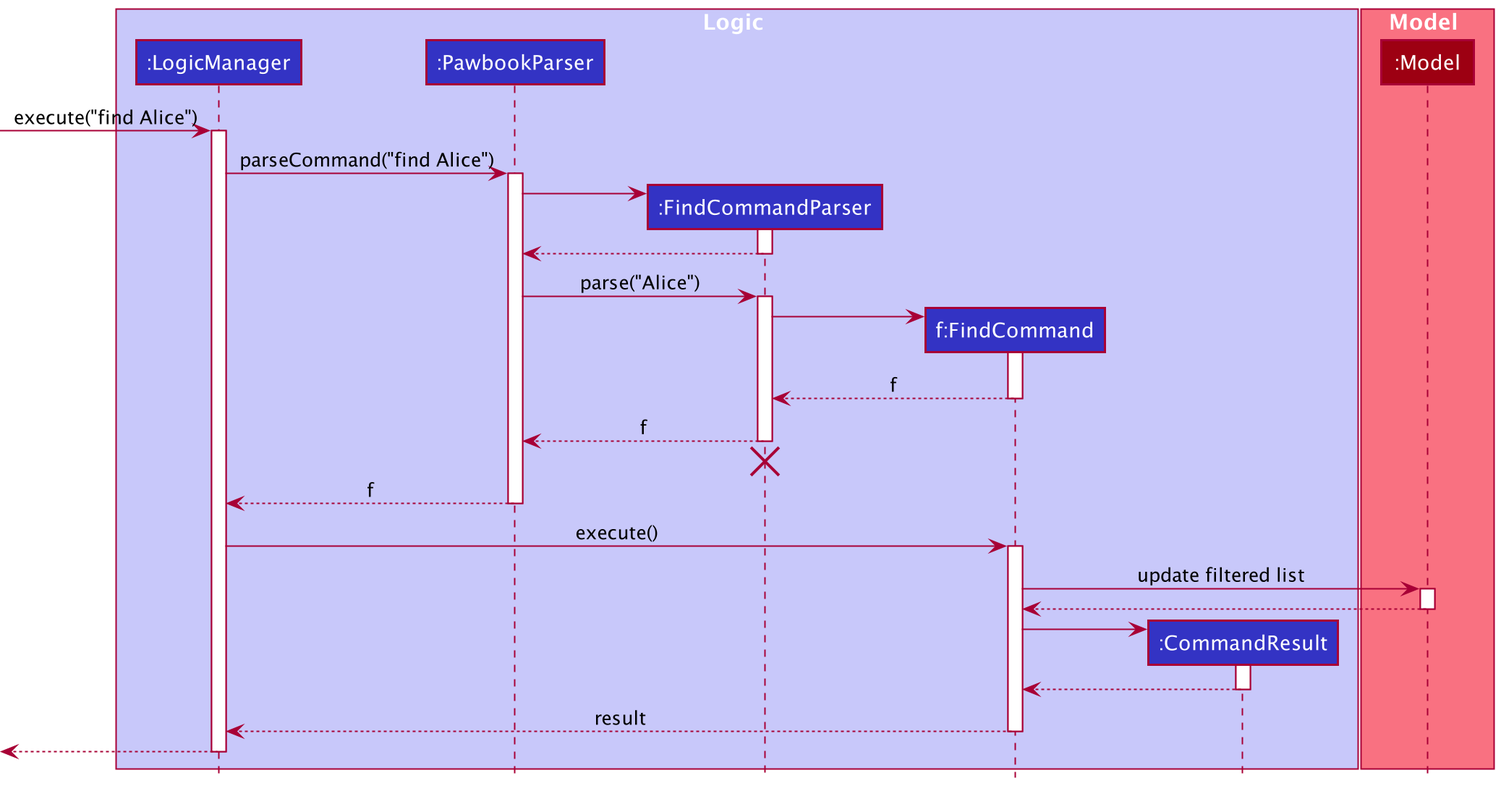
Before: docs/images/FindSequenceDiagram.png, a diagram exported from PlantUML (nus-cs2103-AY2021S2/tp). Its diagram source:
```plantuml
@startuml
!include style.puml

box Logic LOGIC_COLOR_T1
participant ":LogicManager" as LogicManager LOGIC_COLOR
participant ":PawbookParser" as PawbookParser LOGIC_COLOR
participant ":FindCommandParser" as FindCommandParser LOGIC_COLOR
participant "f:FindCommand" as FindCommand LOGIC_COLOR
participant ":CommandResult" as CommandResult LOGIC_COLOR
end box

box Model MODEL_COLOR_T1
participant ":Model" as Model MODEL_COLOR
end box

[-> LogicManager : execute("find Alice")
activate LogicManager

LogicManager -> PawbookParser : parseCommand("find Alice")
activate PawbookParser

create FindCommandParser
PawbookParser -> FindCommandParser
activate FindCommandParser

FindCommandParser --> PawbookParser
deactivate FindCommandParser

PawbookParser -> FindCommandParser : parse("Alice")
activate FindCommandParser

create FindCommand
FindCommandParser -> FindCommand
activate FindCommand

FindCommand --> FindCommandParser : f
deactivate FindCommand

FindCommandParser --> PawbookParser : f
deactivate FindCommandParser
FindCommandParser -[hidden]-> PawbookParser
destroy FindCommandParser

PawbookParser --> LogicManager : f
deactivate PawbookParser

LogicManager -> FindCommand : execute()
activate FindCommand

FindCommand -> Model : update filtered list
activate Model

Model --> FindCommand
deactivate Model

create CommandResult
FindCommand -> CommandResult
activate CommandResult

CommandResult --> FindCommand
deactivate CommandResult

FindCommand --> LogicManager : result
deactivate FindCommand

[<--LogicManager
deactivate LogicManager
@enduml
```
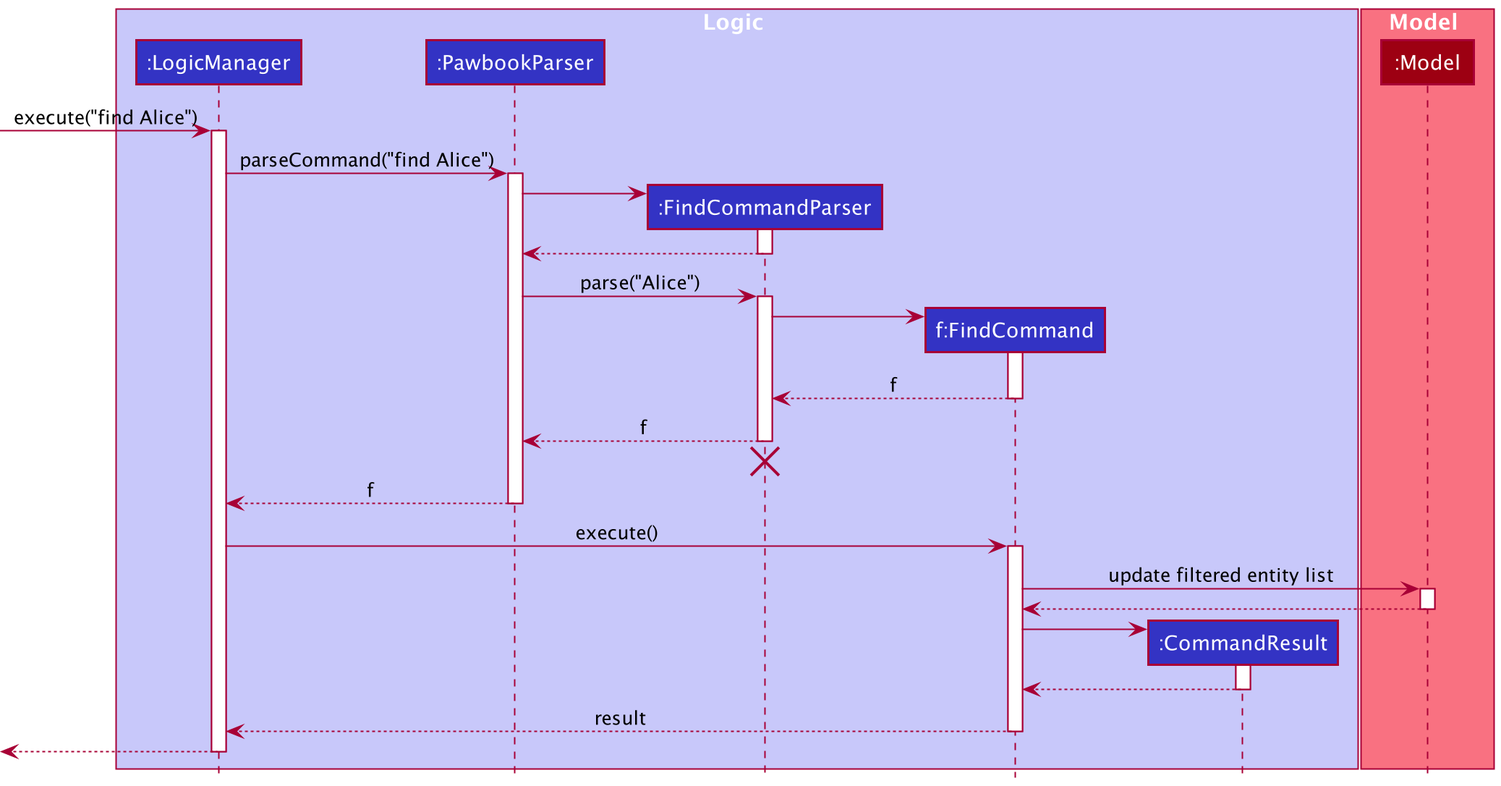
Later version of the same file.

Commit message:
Complete FindSequenceDiagram description

Diff of the diagram source:
```diff
@@ -47,7 +47,7 @@
 LogicManager -> FindCommand : execute()
 activate FindCommand
 
-FindCommand -> Model : update filtered list
+FindCommand -> Model : update filtered entity list
 activate Model
 
 Model --> FindCommand
```
